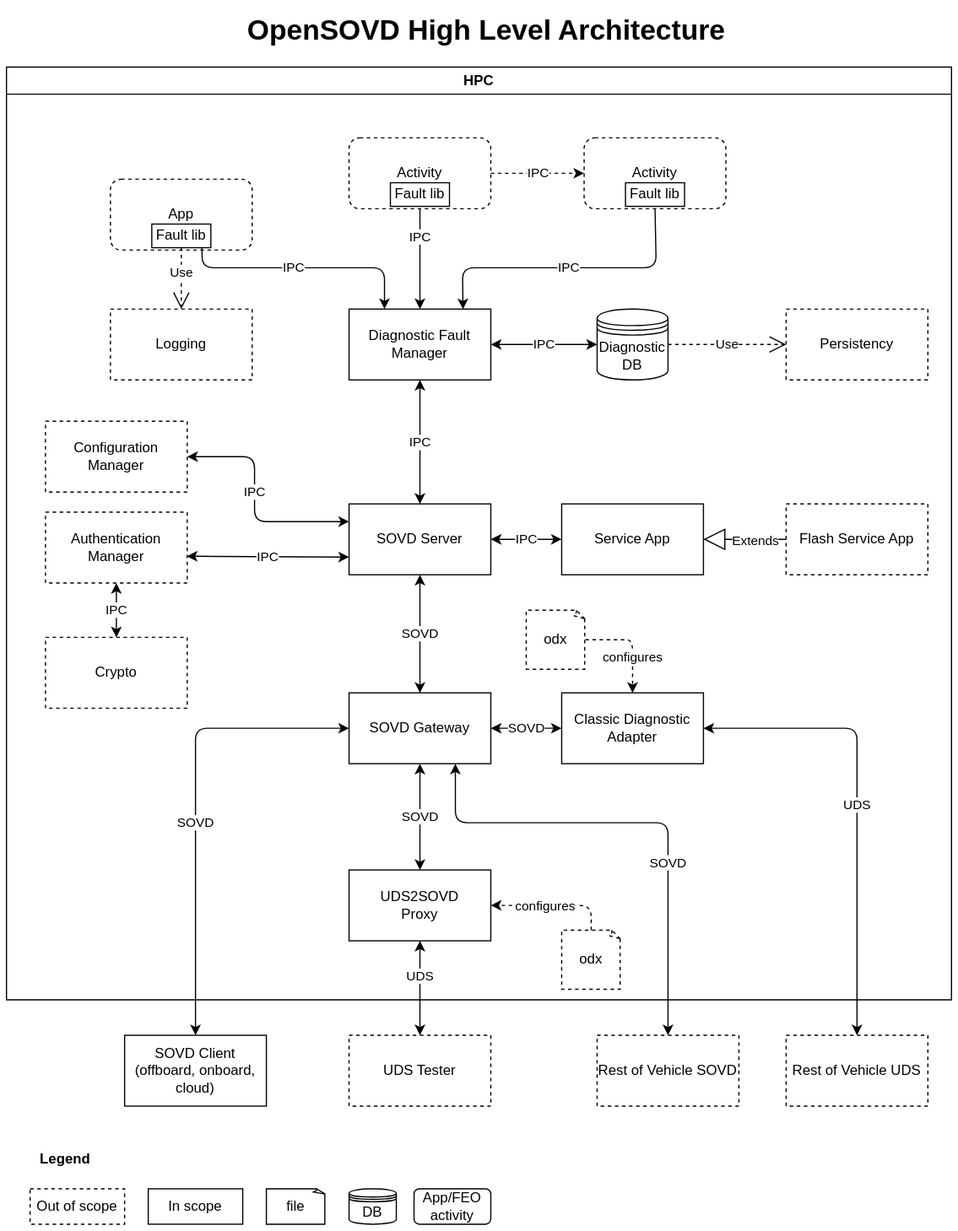
This is docs/design/_assets/OpenSOVD-design-highlevel.drawio.svg from eclipse-opensovd/opensovd, a draw.io export, as it was before one commit. Source tidied: cells renumbered, new cells last; positions are measured from the earlier drawing's top-left corner, leaving out a move shared by most shapes.
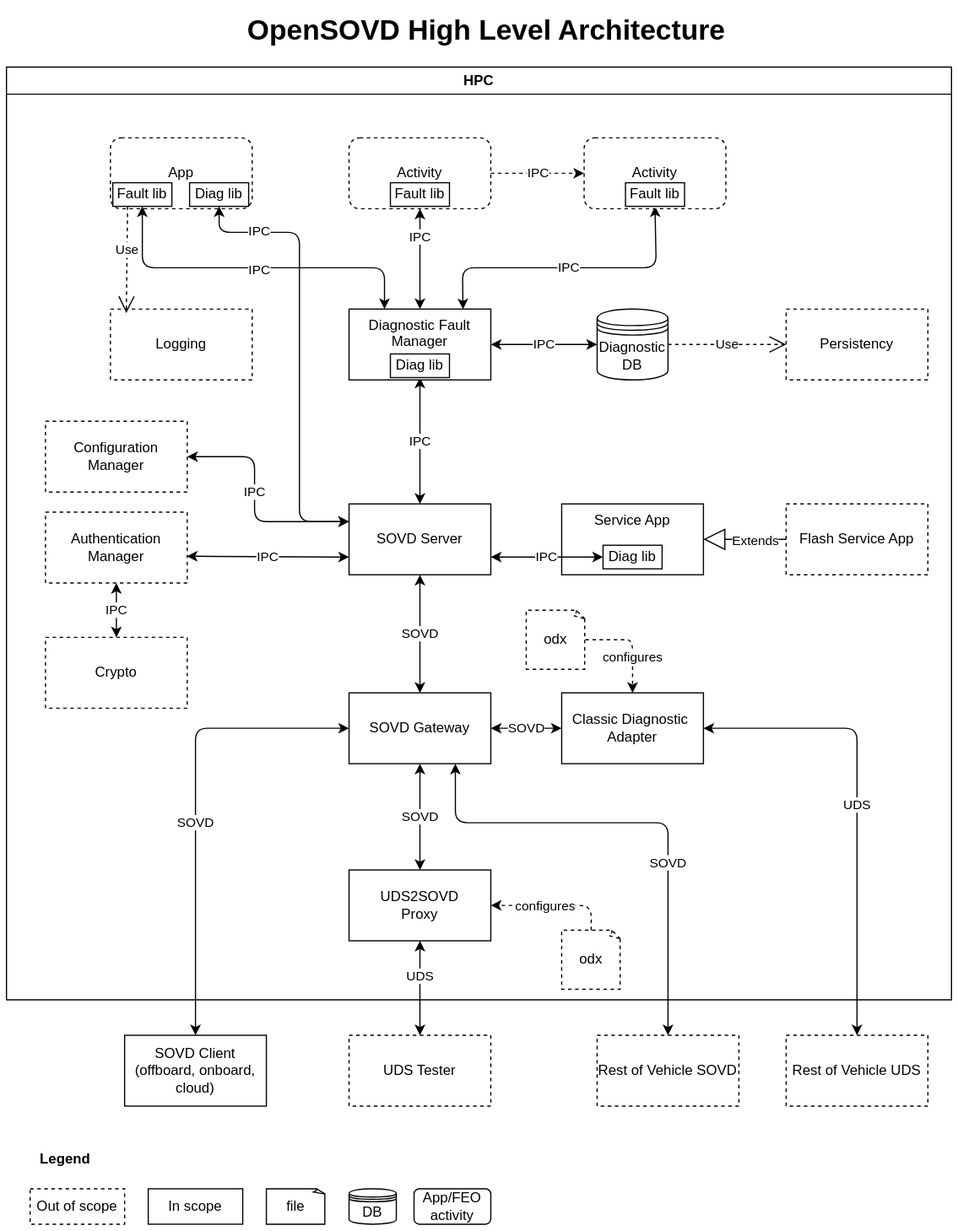
Later version of the same file.

Commit message:
docs: add diagnostic library component to design document

Change to the diagram source:
```diff
@@ -14,7 +14,7 @@
     <mxCell id="5" value="Classic Diagnostic&amp;nbsp;&lt;div&gt;Adapter&lt;/div&gt;" style="rounded=0;whiteSpace=wrap;html=1;" parent="1" vertex="1">
       <mxGeometry x="470" y="581" width="120" height="60" as="geometry" />
     </mxCell>
-    <mxCell id="6" value="Service App" style="rounded=0;whiteSpace=wrap;html=1;" parent="1" vertex="1">
+    <mxCell id="6" value="Service App" style="rounded=0;whiteSpace=wrap;html=1;verticalAlign=top;" parent="1" vertex="1">
       <mxGeometry x="470" y="421" width="120" height="60" as="geometry" />
     </mxCell>
     <mxCell id="7" value="Rest of Vehicle UDS" style="rounded=0;whiteSpace=wrap;html=1;dashed=1;" parent="1" vertex="1">
@@ -32,7 +32,7 @@
     <mxCell id="11" value="Flash Service App" style="rounded=0;whiteSpace=wrap;html=1;dashed=1;" parent="1" vertex="1">
       <mxGeometry x="660" y="421" width="120" height="60" as="geometry" />
     </mxCell>
-    <mxCell id="12" value="IPC" style="endArrow=classic;html=1;entryX=0.5;entryY=0;entryDx=0;entryDy=0;exitX=0.5;exitY=1;exitDx=0;exitDy=0;startArrow=classic;startFill=1;" parent="1" edge="1" source="42" target="2">
+    <mxCell id="12" value="IPC" style="endArrow=classic;html=1;entryX=0.5;entryY=0;entryDx=0;entryDy=0;exitX=0.5;exitY=1;exitDx=0;exitDy=0;startArrow=classic;startFill=1;" parent="1" edge="1" source="59" target="2">
       <mxGeometry relative="1" as="geometry" />
     </mxCell>
     <mxCell id="13" value="IPC" style="endArrow=classic;startArrow=classic;html=1;entryX=0;entryY=0.25;entryDx=0;entryDy=0;exitX=1;exitY=0.5;exitDx=0;exitDy=0;" parent="1" edge="1" source="37" target="2">
@@ -43,7 +43,7 @@
         </Array>
       </mxGeometry>
     </mxCell>
-    <mxCell id="14" value="IPC" style="endArrow=classic;startArrow=classic;html=1;entryX=1;entryY=0.5;entryDx=0;entryDy=0;exitX=0;exitY=0.5;exitDx=0;exitDy=0;" parent="1" edge="1" source="6" target="2">
+    <mxCell id="14" value="IPC" style="endArrow=classic;startArrow=classic;html=1;entryX=1;entryY=0.75;entryDx=0;entryDy=0;exitX=0;exitY=0.5;exitDx=0;exitDy=0;" parent="1" edge="1" source="60" target="2">
       <mxGeometry relative="1" as="geometry" />
     </mxCell>
     <mxCell id="15" value="Extends" style="endArrow=block;endSize=16;endFill=0;html=1;exitX=0;exitY=0.5;exitDx=0;exitDy=0;" parent="1" edge="1" source="11" target="6">
@@ -133,7 +133,7 @@
       <mxGeometry y="51" width="800" height="790" as="geometry" />
     </mxCell>
     <mxCell id="36" value="App" style="rounded=1;whiteSpace=wrap;html=1;dashed=1;" parent="35" vertex="1">
-      <mxGeometry x="88" y="95" width="120" height="60" as="geometry" />
+      <mxGeometry x="88" y="60" width="120" height="60" as="geometry" />
     </mxCell>
     <mxCell id="37" value="Configuration Manager" style="rounded=0;whiteSpace=wrap;html=1;dashed=1;" parent="35" vertex="1">
       <mxGeometry x="33" y="300" width="120" height="60" as="geometry" />
@@ -147,16 +147,16 @@
     <mxCell id="40" value="IPC" style="endArrow=classic;startArrow=classic;html=1;entryX=0.5;entryY=1;entryDx=0;entryDy=0;exitX=0.5;exitY=0;exitDx=0;exitDy=0;" parent="35" edge="1" source="39" target="38">
       <mxGeometry relative="1" as="geometry" />
     </mxCell>
-    <mxCell id="41" value="IPC" style="endArrow=classic;html=1;entryX=0.5;entryY=0;entryDx=0;entryDy=0;fillColor=#ffe6cc;strokeColor=#000000;exitX=0.5;exitY=1;exitDx=0;exitDy=0;" parent="35" edge="1" source="50" target="42">
+    <mxCell id="41" value="IPC" style="endArrow=classic;html=1;entryX=0.5;entryY=0;entryDx=0;entryDy=0;fillColor=#ffe6cc;strokeColor=default;exitX=0.5;exitY=1;exitDx=0;exitDy=0;rounded=1;align=center;verticalAlign=middle;fontFamily=Helvetica;fontSize=11;fontColor=default;labelBackgroundColor=default;startArrow=classic;" parent="35" edge="1" source="50" target="42">
       <mxGeometry x="-0.43" relative="1" as="geometry" />
     </mxCell>
-    <mxCell id="42" value="Diagnostic Fault Manager" style="rounded=0;whiteSpace=wrap;html=1;" parent="35" vertex="1">
+    <mxCell id="42" value="Diagnostic Fault Manager" style="rounded=0;whiteSpace=wrap;html=1;verticalAlign=top;" parent="35" vertex="1">
       <mxGeometry x="290" y="205" width="120" height="60" as="geometry" />
     </mxCell>
     <mxCell id="43" value="Diagnostic DB" style="shape=datastore;whiteSpace=wrap;html=1;" parent="35" vertex="1">
       <mxGeometry x="500" y="205" width="60" height="60" as="geometry" />
     </mxCell>
-    <mxCell id="44" value="IPC" style="endArrow=classic;html=1;exitX=0.5;exitY=1;exitDx=0;exitDy=0;fillColor=#ffe6cc;strokeColor=#000000;entryX=0.804;entryY=0.003;entryDx=0;entryDy=0;entryPerimeter=0;" parent="35" edge="1" source="55" target="42">
+    <mxCell id="44" value="IPC" style="endArrow=classic;html=1;exitX=0.5;exitY=1;exitDx=0;exitDy=0;fillColor=#ffe6cc;strokeColor=default;entryX=0.804;entryY=0.003;entryDx=0;entryDy=0;entryPerimeter=0;rounded=1;align=center;verticalAlign=middle;fontFamily=Helvetica;fontSize=11;fontColor=default;labelBackgroundColor=default;startArrow=classic;" parent="35" edge="1" source="55" target="42">
       <mxGeometry relative="1" as="geometry">
         <Array as="points">
           <mxPoint x="550" y="170" />
@@ -164,25 +164,30 @@
         </Array>
       </mxGeometry>
     </mxCell>
-    <mxCell id="45" value="IPC" style="endArrow=classic;html=1;exitX=0.847;exitY=1;exitDx=0;exitDy=0;fillColor=#ffe6cc;strokeColor=#000000;entryX=0.25;entryY=0;entryDx=0;entryDy=0;exitPerimeter=0;" parent="35" edge="1" source="49" target="42">
-      <mxGeometry x="-0.09" relative="1" as="geometry">
-        <Array as="points">
-          <mxPoint x="166" y="170" />
-          <mxPoint x="320" y="170" />
-        </Array>
-      </mxGeometry>
-    </mxCell>
     <mxCell id="46" value="IPC" style="endArrow=classic;startArrow=classic;html=1;entryX=0;entryY=0.5;entryDx=0;entryDy=0;exitX=1;exitY=0.5;exitDx=0;exitDy=0;" parent="35" edge="1" source="42" target="43">
       <mxGeometry relative="1" as="geometry" />
     </mxCell>
     <mxCell id="47" value="Persistency" style="rounded=0;whiteSpace=wrap;html=1;dashed=1;" parent="35" vertex="1">
       <mxGeometry x="660" y="205" width="120" height="60" as="geometry" />
     </mxCell>
-    <mxCell id="48" value="Use" style="endArrow=open;endSize=12;dashed=1;html=1;exitX=1;exitY=0.5;exitDx=0;exitDy=0;" parent="35" edge="1" source="43" target="47">
+    <mxCell id="48" value="Use" style="endArrow=open;endSize=12;dashed=1;html=1;exitX=1;exitY=0.5;exitDx=0;exitDy=0;rounded=1;strokeColor=default;align=center;verticalAlign=middle;fontFamily=Helvetica;fontSize=11;fontColor=default;labelBackgroundColor=default;" parent="35" edge="1" source="43" target="47">
       <mxGeometry relative="1" as="geometry" />
     </mxCell>
+    <mxCell id="45" style="edgeStyle=orthogonalEdgeStyle;rounded=1;jettySize=auto;html=1;entryX=0.25;entryY=0;entryDx=0;entryDy=0;strokeColor=default;align=center;verticalAlign=middle;fontFamily=Helvetica;fontSize=11;fontColor=default;labelBackgroundColor=default;endArrow=classic;fillColor=#ffe6cc;startArrow=classic;" parent="35" edge="1" source="49" target="42">
+      <mxGeometry relative="1" as="geometry">
+        <Array as="points">
+          <mxPoint x="115" y="170" />
+          <mxPoint x="320" y="170" />
+        </Array>
+      </mxGeometry>
+    </mxCell>
+    <mxCell id="57" value="IPC" style="edgeLabel;html=1;align=center;verticalAlign=middle;rounded=1;strokeColor=default;fontFamily=Helvetica;fontSize=11;fontColor=default;labelBackgroundColor=default;" parent="45" vertex="1">
+      <mxGeometry x="-0.01" y="-1" relative="1" as="geometry">
+        <mxPoint x="5" as="offset" />
+      </mxGeometry>
+    </mxCell>
     <mxCell id="49" value="Fault lib" style="rounded=0;whiteSpace=wrap;html=1;" parent="35" vertex="1">
-      <mxGeometry x="123" y="133" width="50" height="20" as="geometry" />
+      <mxGeometry x="90" y="98" width="50" height="20" as="geometry" />
     </mxCell>
     <mxCell id="50" value="Activity" style="rounded=1;whiteSpace=wrap;html=1;dashed=1;" parent="35" vertex="1">
       <mxGeometry x="290" y="60" width="120" height="60" as="geometry" />
@@ -193,7 +198,7 @@
     <mxCell id="52" value="Logging" style="rounded=0;whiteSpace=wrap;html=1;dashed=1;" parent="35" vertex="1">
       <mxGeometry x="88" y="205" width="120" height="60" as="geometry" />
     </mxCell>
-    <mxCell id="53" value="Use" style="endArrow=open;endSize=12;dashed=1;html=1;exitX=0.5;exitY=1;exitDx=0;exitDy=0;entryX=0.5;entryY=0;entryDx=0;entryDy=0;" parent="35" edge="1" source="49" target="52">
+    <mxCell id="53" value="Use" style="endArrow=open;endSize=12;dashed=1;html=1;exitX=0.25;exitY=1;exitDx=0;exitDy=0;entryX=0.112;entryY=0.055;entryDx=0;entryDy=0;entryPerimeter=0;" parent="35" edge="1" source="49" target="52">
       <mxGeometry x="-0.19" relative="1" as="geometry" />
     </mxCell>
     <mxCell id="54" value="Activity" style="rounded=1;whiteSpace=wrap;html=1;dashed=1;" parent="35" vertex="1">
@@ -205,5 +210,28 @@
     <mxCell id="56" value="IPC" style="endArrow=classic;html=1;exitX=1;exitY=0.5;exitDx=0;exitDy=0;entryX=0;entryY=0.5;entryDx=0;entryDy=0;dashed=1;" parent="35" edge="1" source="50" target="54">
       <mxGeometry relative="1" as="geometry" />
     </mxCell>
+    <mxCell id="58" value="Diag lib" style="rounded=0;whiteSpace=wrap;html=1;" parent="35" vertex="1">
+      <mxGeometry x="155" y="98" width="50" height="20" as="geometry" />
+    </mxCell>
+    <mxCell id="59" value="Diag lib" style="rounded=0;whiteSpace=wrap;html=1;" parent="35" vertex="1">
+      <mxGeometry x="325" y="243" width="50" height="20" as="geometry" />
+    </mxCell>
+    <mxCell id="60" value="Diag lib" style="rounded=0;whiteSpace=wrap;html=1;" parent="35" vertex="1">
+      <mxGeometry x="505" y="405" width="50" height="20" as="geometry" />
+    </mxCell>
+    <mxCell id="61" style="edgeStyle=orthogonalEdgeStyle;rounded=1;jettySize=auto;html=1;entryX=0;entryY=0.25;entryDx=0;entryDy=0;strokeColor=default;align=center;verticalAlign=middle;fontFamily=Helvetica;fontSize=11;fontColor=default;labelBackgroundColor=default;endArrow=classic;fillColor=#ffe6cc;startArrow=classic;" parent="1" edge="1" source="58" target="2">
+      <mxGeometry relative="1" as="geometry">
+        <Array as="points">
+          <mxPoint x="180" y="191" />
+          <mxPoint x="248" y="191" />
+          <mxPoint x="248" y="436" />
+        </Array>
+      </mxGeometry>
+    </mxCell>
+    <mxCell id="62" value="IPC" style="edgeLabel;html=1;align=center;verticalAlign=middle;rounded=1;strokeColor=default;fontFamily=Helvetica;fontSize=11;fontColor=default;labelBackgroundColor=default;" parent="61" vertex="1">
+      <mxGeometry x="-0.75" y="2" relative="1" as="geometry">
+        <mxPoint x="8" as="offset" />
+      </mxGeometry>
+    </mxCell>
   </root>
 </mxGraphModel>
```
